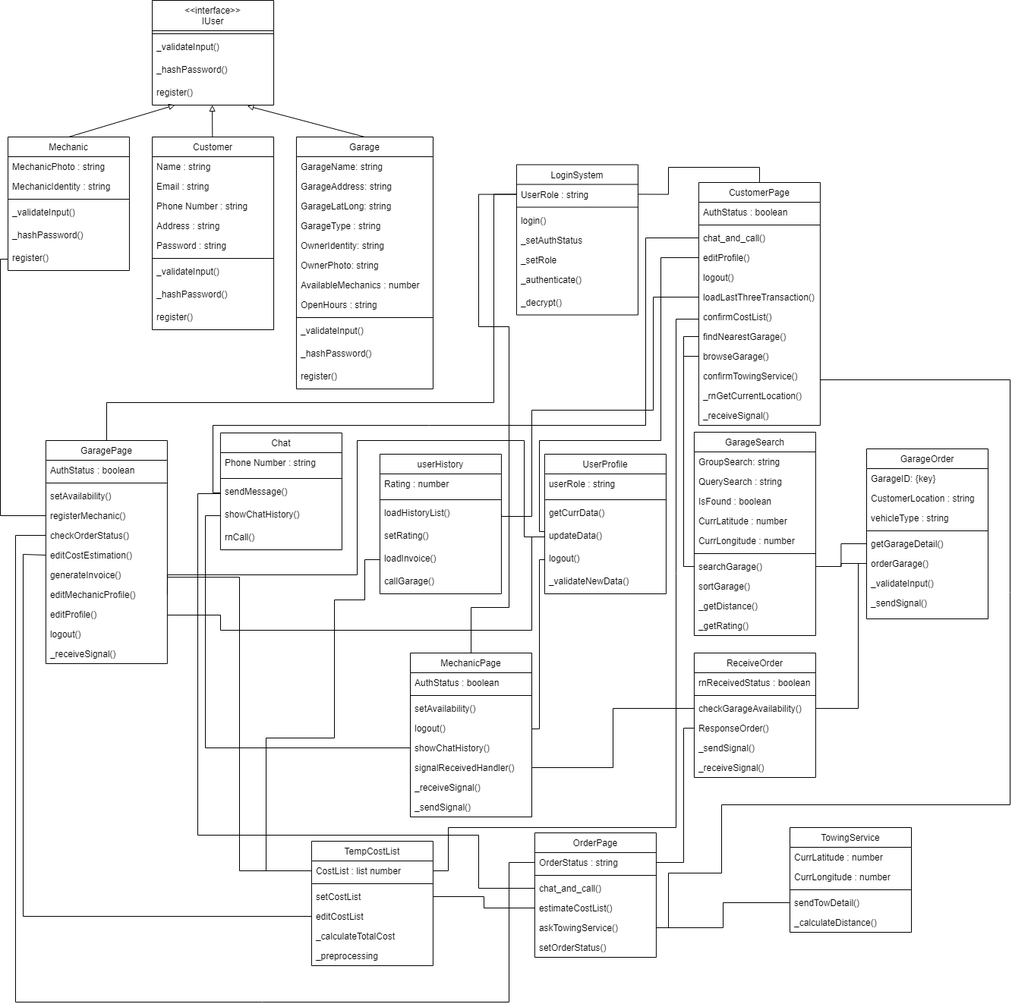
Above: Systems/ClassDiagram.drawio.png in felixfilipi/E-Monteer (draw.io), before the change. Source tidied: cells renumbered, new cells last; positions are measured from the earlier drawing's top-left corner, leaving out a move shared by most shapes.
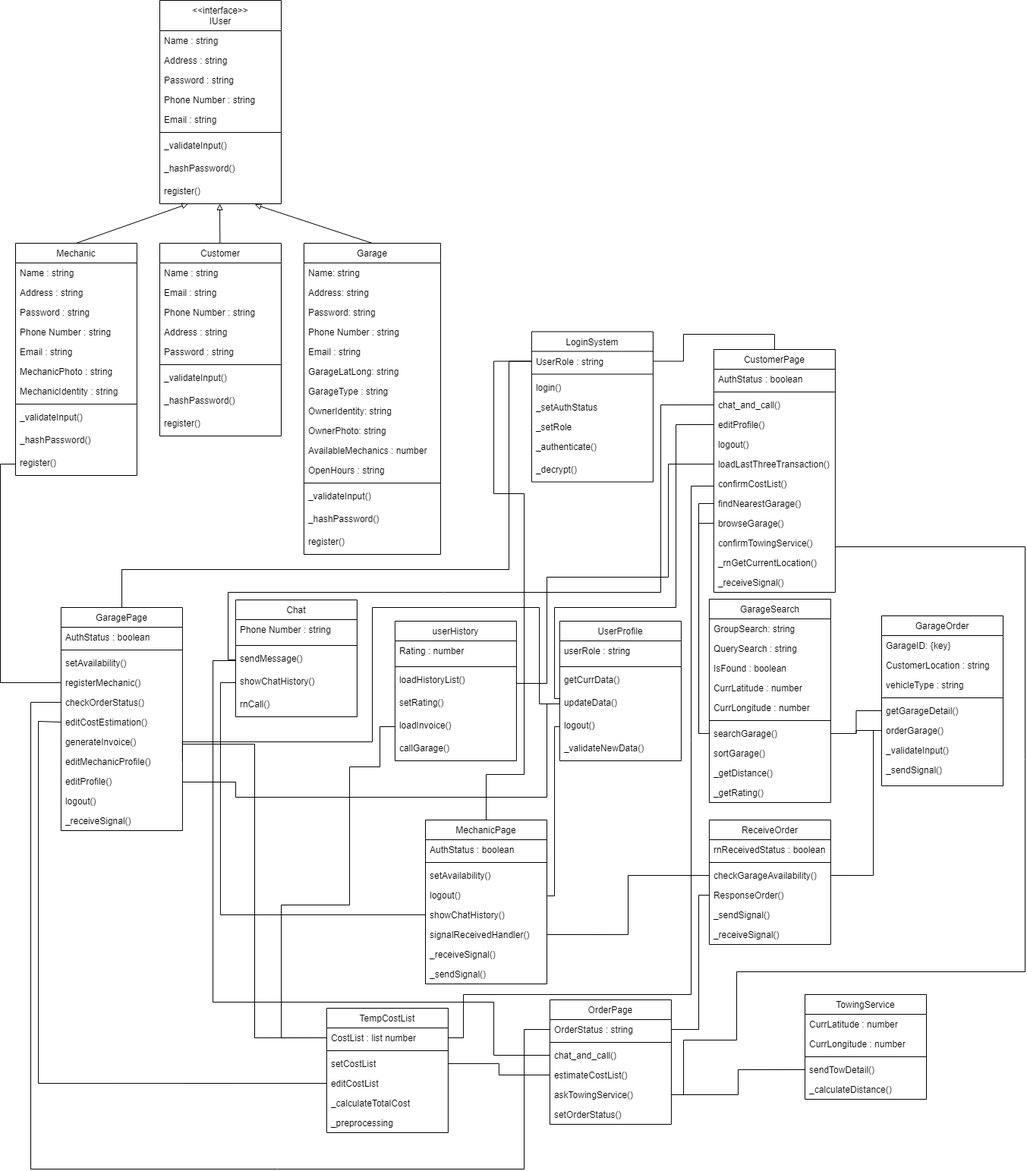
Above is the later version.

What changed in the source:
```diff
@@ -3,79 +3,118 @@
     <mxCell id="0" />
     <mxCell id="1" parent="0" />
     <mxCell id="2" value="&lt;&lt;interface&gt;&gt;&#10;IUser" style="swimlane;fontStyle=0;align=center;verticalAlign=top;horizontal=1;startSize=40;rounded=0;shadow=0;strokeWidth=1;" parent="1" vertex="1">
-      <mxGeometry x="200.1" width="160" height="138" as="geometry" />
+      <mxGeometry x="190" y="-220" width="160" height="268" as="geometry" />
     </mxCell>
+    <mxCell id="176" value="Name : string" style="text;align=left;verticalAlign=top;spacingLeft=4;spacingRight=4;overflow=hidden;" parent="2" vertex="1">
+      <mxGeometry y="40" width="160" height="26" as="geometry" />
+    </mxCell>
+    <mxCell id="177" value="Address : string" style="text;align=left;verticalAlign=top;spacingLeft=4;spacingRight=4;overflow=hidden;" parent="2" vertex="1">
+      <mxGeometry y="66" width="160" height="26" as="geometry" />
+    </mxCell>
+    <mxCell id="178" value="Password : string" style="text;align=left;verticalAlign=top;spacingLeft=4;spacingRight=4;overflow=hidden;" parent="2" vertex="1">
+      <mxGeometry y="92" width="160" height="26" as="geometry" />
+    </mxCell>
+    <mxCell id="179" value="Phone Number : string" style="text;align=left;verticalAlign=top;spacingLeft=4;spacingRight=4;overflow=hidden;" parent="2" vertex="1">
+      <mxGeometry y="118" width="160" height="26" as="geometry" />
+    </mxCell>
+    <mxCell id="180" value="Email : string" style="text;align=left;verticalAlign=top;spacingLeft=4;spacingRight=4;overflow=hidden;" parent="2" vertex="1">
+      <mxGeometry y="144" width="160" height="26" as="geometry" />
+    </mxCell>
     <mxCell id="3" style="line;html=1;strokeWidth=1;align=left;verticalAlign=middle;spacingTop=-1;spacingLeft=3;spacingRight=3;labelPosition=right;" parent="2" vertex="1">
-      <mxGeometry y="40" width="160" height="8" as="geometry" />
+      <mxGeometry y="170" width="160" height="8" as="geometry" />
     </mxCell>
     <mxCell id="4" value="_validateInput()" style="text;align=left;verticalAlign=top;spacingLeft=4;spacingRight=4;overflow=hidden;" parent="2" vertex="1">
-      <mxGeometry y="48" width="160" height="30" as="geometry" />
+      <mxGeometry y="178" width="160" height="30" as="geometry" />
     </mxCell>
     <mxCell id="5" value="_hashPassword()" style="text;align=left;verticalAlign=top;spacingLeft=4;spacingRight=4;overflow=hidden;" parent="2" vertex="1">
-      <mxGeometry y="78" width="160" height="30" as="geometry" />
+      <mxGeometry y="208" width="160" height="30" as="geometry" />
     </mxCell>
     <mxCell id="6" value="register()" style="text;align=left;verticalAlign=top;spacingLeft=4;spacingRight=4;overflow=hidden;points=[[0,0.5],[1,0.5]];portConstraint=eastwest;" parent="2" vertex="1">
-      <mxGeometry y="108" width="160" height="30" as="geometry" />
+      <mxGeometry y="238" width="160" height="30" as="geometry" />
     </mxCell>
     <mxCell id="7" value="Garage" style="swimlane;fontStyle=0;align=center;verticalAlign=top;horizontal=1;startSize=26;rounded=0;shadow=0;strokeWidth=1;" parent="1" vertex="1">
-      <mxGeometry x="390" y="180" width="180" height="332" as="geometry" />
+      <mxGeometry x="379.9" y="100" width="180" height="410" as="geometry" />
     </mxCell>
-    <mxCell id="8" value="GarageName: string" style="text;align=left;verticalAlign=top;spacingLeft=4;spacingRight=4;overflow=hidden;" parent="7" vertex="1">
+    <mxCell id="8" value="Name: string" style="text;align=left;verticalAlign=top;spacingLeft=4;spacingRight=4;overflow=hidden;" parent="7" vertex="1">
       <mxGeometry y="26" width="180" height="26" as="geometry" />
     </mxCell>
-    <mxCell id="9" value="GarageAddress: string" style="text;align=left;verticalAlign=top;spacingLeft=4;spacingRight=4;overflow=hidden;" parent="7" vertex="1">
+    <mxCell id="9" value="Address: string" style="text;align=left;verticalAlign=top;spacingLeft=4;spacingRight=4;overflow=hidden;" parent="7" vertex="1">
       <mxGeometry y="52" width="180" height="26" as="geometry" />
     </mxCell>
+    <mxCell id="181" value="Password: string" style="text;align=left;verticalAlign=top;spacingLeft=4;spacingRight=4;overflow=hidden;" parent="7" vertex="1">
+      <mxGeometry y="78" width="180" height="26" as="geometry" />
+    </mxCell>
+    <mxCell id="182" value="Phone Number : string" style="text;align=left;verticalAlign=top;spacingLeft=4;spacingRight=4;overflow=hidden;" parent="7" vertex="1">
+      <mxGeometry y="104" width="180" height="26" as="geometry" />
+    </mxCell>
+    <mxCell id="183" value="Email : string" style="text;align=left;verticalAlign=top;spacingLeft=4;spacingRight=4;overflow=hidden;" parent="7" vertex="1">
+      <mxGeometry y="130" width="180" height="26" as="geometry" />
+    </mxCell>
     <mxCell id="10" value="GarageLatLong: string" style="text;align=left;verticalAlign=top;spacingLeft=4;spacingRight=4;overflow=hidden;" parent="7" vertex="1">
-      <mxGeometry y="78" width="180" height="26" as="geometry" />
+      <mxGeometry y="156" width="180" height="26" as="geometry" />
     </mxCell>
     <mxCell id="11" value="GarageType : string" style="text;align=left;verticalAlign=top;spacingLeft=4;spacingRight=4;overflow=hidden;" parent="7" vertex="1">
-      <mxGeometry y="104" width="180" height="26" as="geometry" />
+      <mxGeometry y="182" width="180" height="26" as="geometry" />
     </mxCell>
     <mxCell id="12" value="OwnerIdentity: string" style="text;align=left;verticalAlign=top;spacingLeft=4;spacingRight=4;overflow=hidden;" parent="7" vertex="1">
-      <mxGeometry y="130" width="180" height="26" as="geometry" />
+      <mxGeometry y="208" width="180" height="26" as="geometry" />
     </mxCell>
     <mxCell id="13" value="OwnerPhoto: string" style="text;align=left;verticalAlign=top;spacingLeft=4;spacingRight=4;overflow=hidden;" parent="7" vertex="1">
-      <mxGeometry y="156" width="180" height="26" as="geometry" />
+      <mxGeometry y="234" width="180" height="26" as="geometry" />
     </mxCell>
     <mxCell id="14" value="AvailableMechanics : number" style="text;align=left;verticalAlign=top;spacingLeft=4;spacingRight=4;overflow=hidden;" parent="7" vertex="1">
-      <mxGeometry y="182" width="180" height="26" as="geometry" />
+      <mxGeometry y="260" width="180" height="26" as="geometry" />
     </mxCell>
     <mxCell id="15" value="OpenHours : string" style="text;align=left;verticalAlign=top;spacingLeft=4;spacingRight=4;overflow=hidden;" parent="7" vertex="1">
-      <mxGeometry y="208" width="180" height="26" as="geometry" />
+      <mxGeometry y="286" width="180" height="26" as="geometry" />
     </mxCell>
     <mxCell id="16" style="line;html=1;strokeWidth=1;align=left;verticalAlign=middle;spacingTop=-1;spacingLeft=3;spacingRight=3;labelPosition=right;" parent="7" vertex="1">
-      <mxGeometry y="234" width="180" height="8" as="geometry" />
+      <mxGeometry y="312" width="180" height="8" as="geometry" />
     </mxCell>
     <mxCell id="17" value="_validateInput()" style="text;align=left;verticalAlign=top;spacingLeft=4;spacingRight=4;overflow=hidden;" parent="7" vertex="1">
-      <mxGeometry y="242" width="180" height="30" as="geometry" />
+      <mxGeometry y="320" width="180" height="30" as="geometry" />
     </mxCell>
     <mxCell id="18" value="_hashPassword()" style="text;align=left;verticalAlign=top;spacingLeft=4;spacingRight=4;overflow=hidden;" parent="7" vertex="1">
-      <mxGeometry y="272" width="180" height="30" as="geometry" />
+      <mxGeometry y="350" width="180" height="30" as="geometry" />
     </mxCell>
     <mxCell id="19" value="register()" style="text;align=left;verticalAlign=top;spacingLeft=4;spacingRight=4;overflow=hidden;" parent="7" vertex="1">
-      <mxGeometry y="302" width="180" height="30" as="geometry" />
+      <mxGeometry y="380" width="180" height="30" as="geometry" />
     </mxCell>
     <mxCell id="20" value="Mechanic" style="swimlane;fontStyle=0;align=center;verticalAlign=top;horizontal=1;startSize=26;rounded=0;shadow=0;strokeWidth=1;" parent="1" vertex="1">
-      <mxGeometry x="10.1" y="180" width="159.9" height="176" as="geometry" />
+      <mxGeometry y="100" width="159.9" height="306" as="geometry" />
     </mxCell>
+    <mxCell id="184" value="Name : string" style="text;align=left;verticalAlign=top;spacingLeft=4;spacingRight=4;overflow=hidden;" parent="20" vertex="1">
+      <mxGeometry y="26" width="159.9" height="26" as="geometry" />
+    </mxCell>
+    <mxCell id="185" value="Address : string" style="text;align=left;verticalAlign=top;spacingLeft=4;spacingRight=4;overflow=hidden;" parent="20" vertex="1">
+      <mxGeometry y="52" width="159.9" height="26" as="geometry" />
+    </mxCell>
+    <mxCell id="186" value="Password : string" style="text;align=left;verticalAlign=top;spacingLeft=4;spacingRight=4;overflow=hidden;" parent="20" vertex="1">
+      <mxGeometry y="78" width="159.9" height="26" as="geometry" />
+    </mxCell>
+    <mxCell id="187" value="Phone Number : string" style="text;align=left;verticalAlign=top;spacingLeft=4;spacingRight=4;overflow=hidden;" parent="20" vertex="1">
+      <mxGeometry y="104" width="159.9" height="26" as="geometry" />
+    </mxCell>
+    <mxCell id="188" value="Email : string" style="text;align=left;verticalAlign=top;spacingLeft=4;spacingRight=4;overflow=hidden;" parent="20" vertex="1">
+      <mxGeometry y="130" width="159.9" height="26" as="geometry" />
+    </mxCell>
     <mxCell id="21" value="MechanicPhoto : string" style="text;align=left;verticalAlign=top;spacingLeft=4;spacingRight=4;overflow=hidden;" parent="20" vertex="1">
-      <mxGeometry y="26" width="159.9" height="26" as="geometry" />
+      <mxGeometry y="156" width="159.9" height="26" as="geometry" />
     </mxCell>
     <mxCell id="22" value="MechanicIdentity : string" style="text;align=left;verticalAlign=top;spacingLeft=4;spacingRight=4;overflow=hidden;" parent="20" vertex="1">
-      <mxGeometry y="52" width="159.9" height="26" as="geometry" />
+      <mxGeometry y="182" width="159.9" height="26" as="geometry" />
     </mxCell>
     <mxCell id="23" style="line;html=1;strokeWidth=1;align=left;verticalAlign=middle;spacingTop=-1;spacingLeft=3;spacingRight=3;labelPosition=right;" parent="20" vertex="1">
-      <mxGeometry y="78" width="159.9" height="8" as="geometry" />
+      <mxGeometry y="208" width="159.9" height="8" as="geometry" />
     </mxCell>
     <mxCell id="24" value="_validateInput()" style="text;align=left;verticalAlign=top;spacingLeft=4;spacingRight=4;overflow=hidden;" parent="20" vertex="1">
-      <mxGeometry y="86" width="159.9" height="30" as="geometry" />
+      <mxGeometry y="216" width="159.9" height="30" as="geometry" />
     </mxCell>
     <mxCell id="25" value="_hashPassword()" style="text;align=left;verticalAlign=top;spacingLeft=4;spacingRight=4;overflow=hidden;" parent="20" vertex="1">
-      <mxGeometry y="116" width="159.9" height="30" as="geometry" />
+      <mxGeometry y="246" width="159.9" height="30" as="geometry" />
     </mxCell>
     <mxCell id="26" value="register()" style="text;align=left;verticalAlign=top;spacingLeft=4;spacingRight=4;overflow=hidden;points=[[0,0.5],[1,0.5]];portConstraint=eastwest;" parent="20" vertex="1">
-      <mxGeometry y="146" width="159.9" height="30" as="geometry" />
+      <mxGeometry y="276" width="159.9" height="30" as="geometry" />
     </mxCell>
     <mxCell id="27" value="LoginSystem" style="swimlane;fontStyle=0;align=center;verticalAlign=top;horizontal=1;startSize=26;rounded=0;shadow=0;strokeWidth=1;" parent="1" vertex="1">
       <mxGeometry x="679.9" y="216.5" width="160" height="198" as="geometry" />
@@ -512,8 +551,8 @@
     <mxCell id="152" style="edgeStyle=orthogonalEdgeStyle;rounded=0;jettySize=auto;html=1;exitX=0;exitY=0.5;exitDx=0;exitDy=0;endArrow=none;endFill=0;" parent="1" edge="1" source="26" target="132">
       <mxGeometry relative="1" as="geometry">
         <Array as="points">
-          <mxPoint y="341" />
-          <mxPoint y="679" />
+          <mxPoint x="-20" y="391" />
+          <mxPoint x="-20" y="679" />
         </Array>
       </mxGeometry>
     </mxCell>
@@ -596,7 +635,7 @@
       </mxGeometry>
     </mxCell>
     <mxCell id="161" value="Customer" style="swimlane;fontStyle=0;align=center;verticalAlign=top;horizontal=1;startSize=26;rounded=0;shadow=0;strokeWidth=1;" parent="1" vertex="1">
-      <mxGeometry x="200.1" y="180" width="160" height="254" as="geometry" />
+      <mxGeometry x="190" y="100" width="160" height="254" as="geometry" />
     </mxCell>
     <mxCell id="162" value="Name : string" style="text;align=left;verticalAlign=top;spacingLeft=4;spacingRight=4;overflow=hidden;" parent="161" vertex="1">
       <mxGeometry y="26" width="160" height="26" as="geometry" />
```
